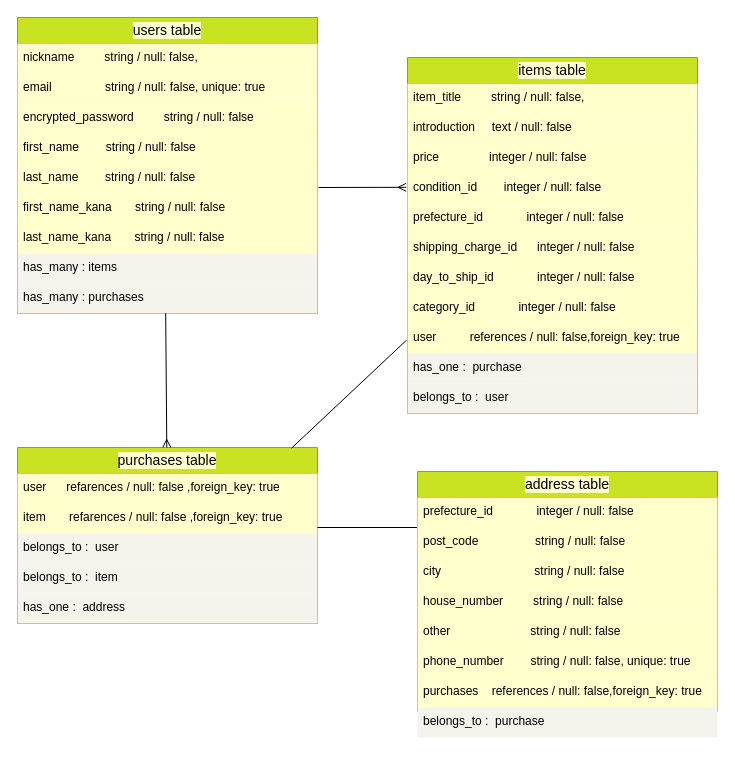
Before: README.dio in fujiedaUdonya/furima-38858, a draw.io diagram. Source tidied: cells renumbered, new cells numbered last; positions are measured from the earlier drawing's top-left corner, leaving out a move shared by most shapes. Both pictures are drawn from the tidied source at 100%, with x=0, y=0 at pixel (17, 17).
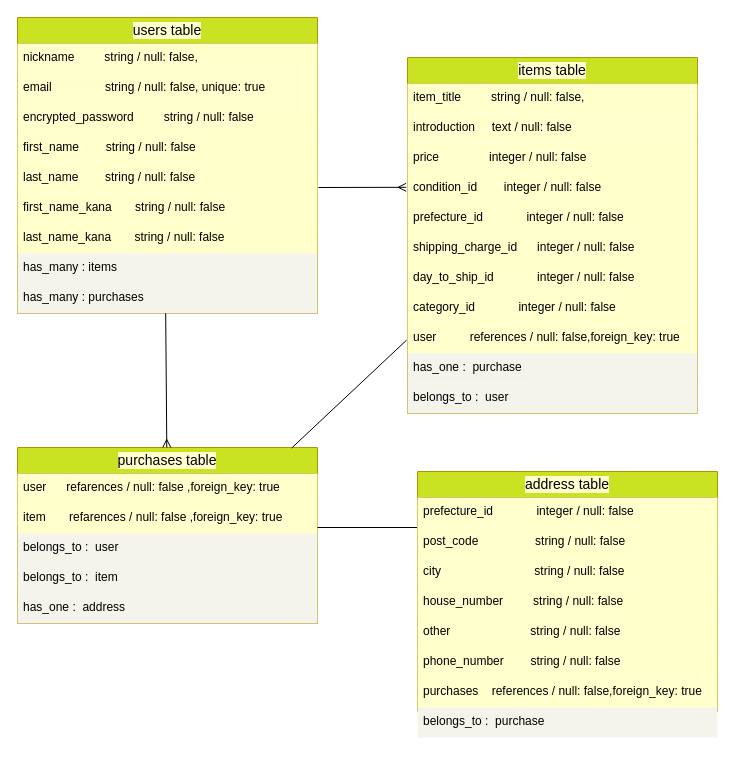
Above is the later version.

Commit message:
修正3:ER図とテーブルの作成(ER図修正追加)

The change refers to these unchanged cells:
```xml
<mxCell id="35" style="group;" parent="1" vertex="1">
  <mxGeometry x="400" y="480" width="300" height="240" as="geometry" />
</mxCell>
```

What changed in the source:
```diff
@@
-    <mxCell id="40" value="phone_number        string / null: false, unique: true" style="text;strokeColor=none;fillColor=#FFFFCC;spacingLeft=4;spacingRight=4;overflow=hidden;fontSize=12;labelBackgroundColor=#feffcc;labelBorderColor=none;fontColor=#000000;" parent="35" vertex="1">
+    <mxCell id="40" value="phone_number        string / null: false" style="text;strokeColor=none;fillColor=#FFFFCC;spacingLeft=4;spacingRight=4;overflow=hidden;fontSize=12;labelBackgroundColor=#feffcc;labelBorderColor=none;fontColor=#000000;" parent="35" vertex="1">
       <mxGeometry y="150" width="300" height="30" as="geometry" />
     </mxCell>
```
